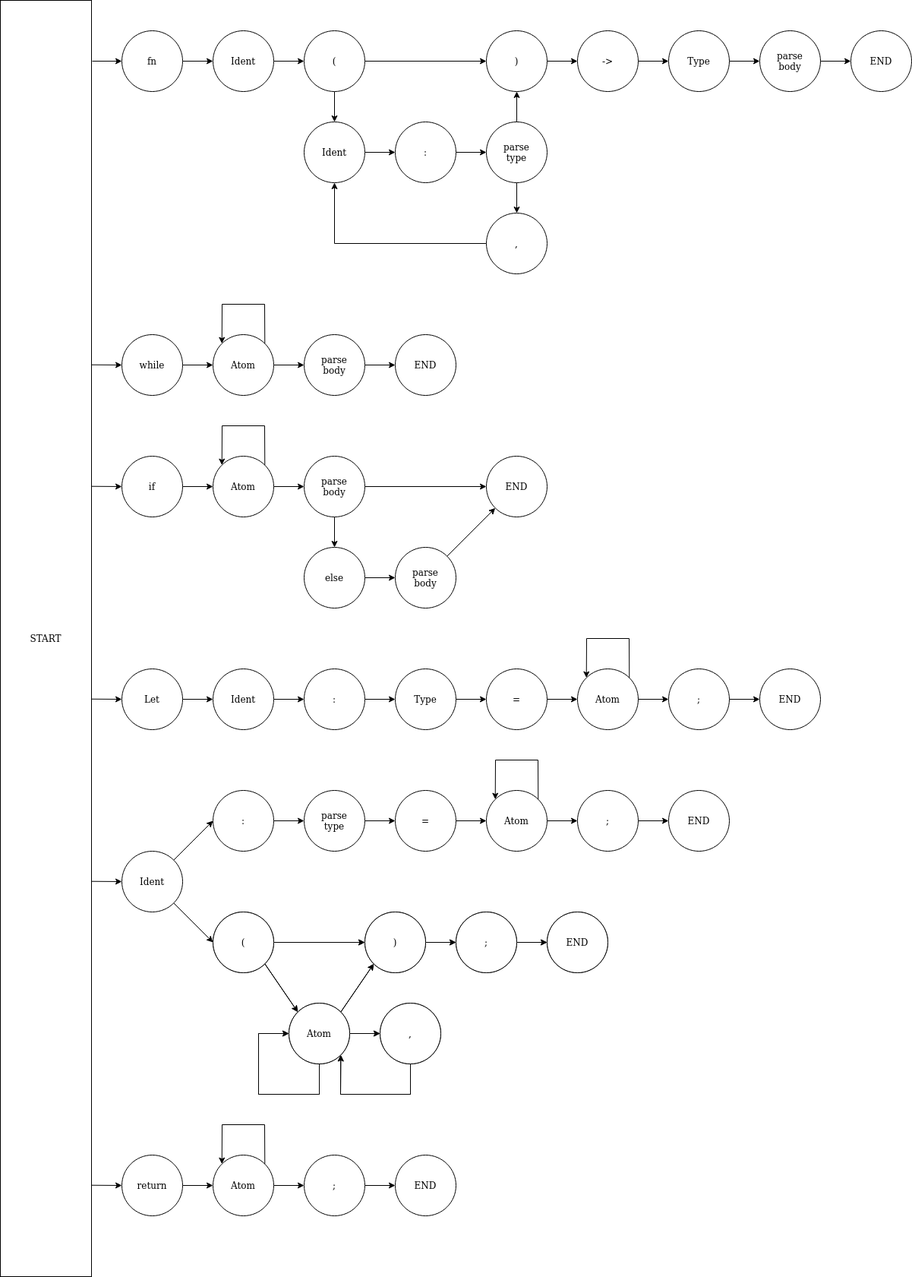
The draw.io diagram images/parser/rubigo_parser_fsm.png in Blinningjr/rubigo-lang, before a commit. Source tidied: cells renumbered, new cells last; positions are measured from the earlier drawing's top-left corner, leaving out a move shared by most shapes.
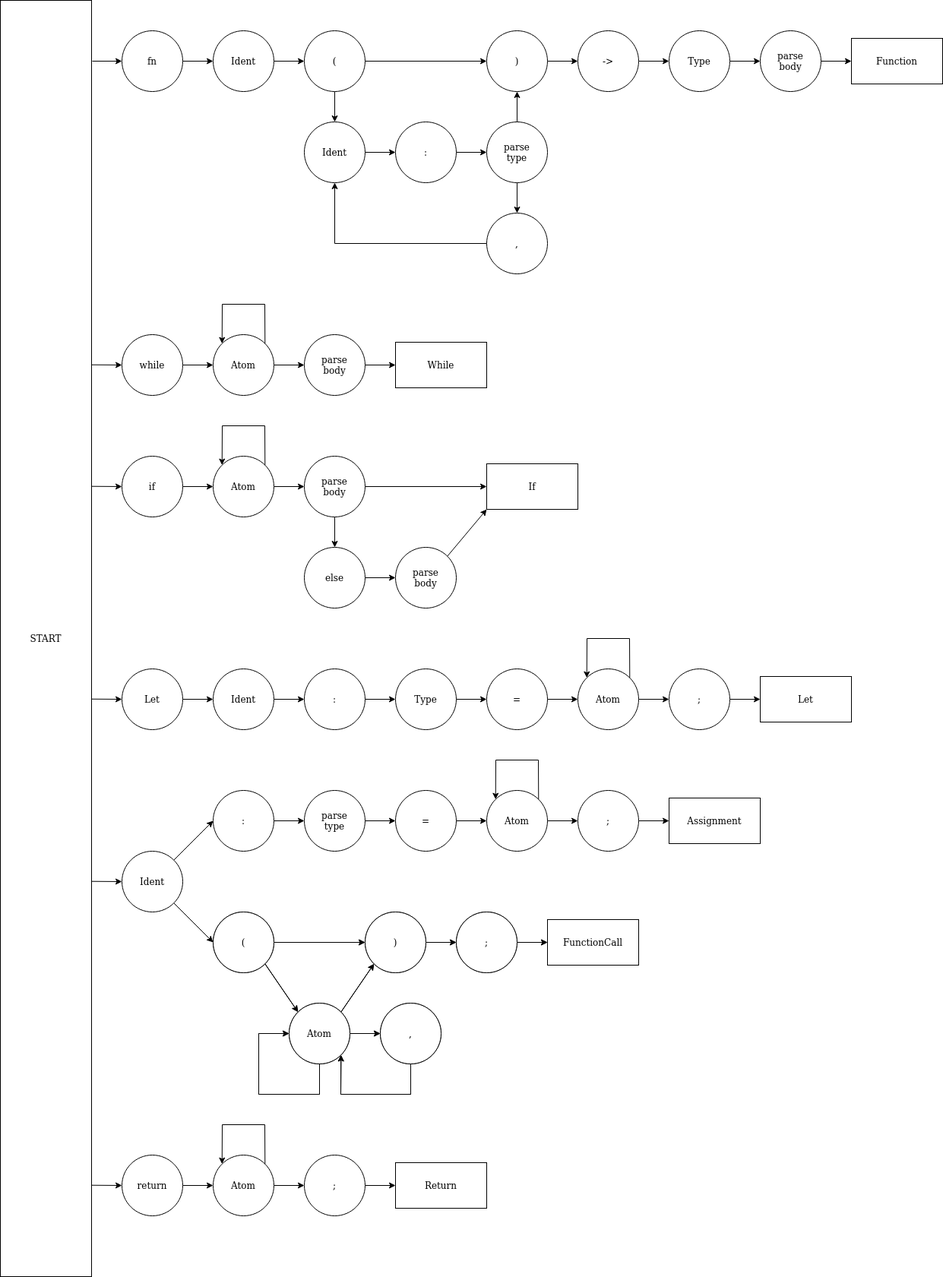
After the commit.

Change to the diagram source:
```diff
@@ -37,11 +37,10 @@
     <mxCell id="11" value=")" style="ellipse;whiteSpace=wrap;html=1;" parent="1" vertex="1">
       <mxGeometry x="480" y="1200" width="80" height="80" as="geometry" />
     </mxCell>
-    <mxCell id="12" value="END" style="ellipse;whiteSpace=wrap;html=1;" parent="1" vertex="1">
-      <mxGeometry x="720" y="1200" width="80" height="80" as="geometry" />
-    </mxCell>
-    <mxCell id="13" style="edgeStyle=orthogonalEdgeStyle;rounded=0;jettySize=auto;html=1;exitX=1;exitY=0.5;exitDx=0;exitDy=0;entryX=0;entryY=0.5;entryDx=0;entryDy=0;" parent="1" edge="1" source="14" target="12">
-      <mxGeometry relative="1" as="geometry" />
+    <mxCell id="13" style="edgeStyle=orthogonalEdgeStyle;rounded=0;jettySize=auto;html=1;exitX=1;exitY=0.5;exitDx=0;exitDy=0;entryX=0;entryY=0.5;entryDx=0;entryDy=0;" parent="1" edge="1" source="14">
+      <mxGeometry relative="1" as="geometry">
+        <mxPoint x="720" y="1240" as="targetPoint" />
+      </mxGeometry>
     </mxCell>
     <mxCell id="14" value=";" style="ellipse;whiteSpace=wrap;html=1;" parent="1" vertex="1">
       <mxGeometry x="600" y="1200" width="80" height="80" as="geometry" />
@@ -90,10 +89,7 @@
     <mxCell id="25" value=")" style="ellipse;whiteSpace=wrap;html=1;" parent="1" vertex="1">
       <mxGeometry x="480" y="1200" width="80" height="80" as="geometry" />
     </mxCell>
-    <mxCell id="26" value="END" style="ellipse;whiteSpace=wrap;html=1;" parent="1" vertex="1">
-      <mxGeometry x="720" y="1200" width="80" height="80" as="geometry" />
-    </mxCell>
-    <mxCell id="27" style="edgeStyle=orthogonalEdgeStyle;rounded=0;jettySize=auto;html=1;exitX=1;exitY=0.5;exitDx=0;exitDy=0;entryX=0;entryY=0.5;entryDx=0;entryDy=0;" parent="1" edge="1" source="28" target="26">
+    <mxCell id="27" style="edgeStyle=orthogonalEdgeStyle;rounded=0;jettySize=auto;html=1;exitX=1;exitY=0.5;exitDx=0;exitDy=0;" parent="1" edge="1" source="28" target="127">
       <mxGeometry relative="1" as="geometry" />
     </mxCell>
     <mxCell id="28" value=";" style="ellipse;whiteSpace=wrap;html=1;" parent="1" vertex="1">
@@ -174,15 +170,12 @@
     <mxCell id="51" value="Type" style="ellipse;whiteSpace=wrap;html=1;" parent="1" vertex="1">
       <mxGeometry x="880" y="40" width="80" height="80" as="geometry" />
     </mxCell>
-    <mxCell id="52" style="edgeStyle=orthogonalEdgeStyle;rounded=0;jettySize=auto;html=1;exitX=1;exitY=0.5;exitDx=0;exitDy=0;entryX=0;entryY=0.5;entryDx=0;entryDy=0;" parent="1" edge="1" source="53" target="54">
+    <mxCell id="52" style="edgeStyle=orthogonalEdgeStyle;rounded=0;jettySize=auto;html=1;exitX=1;exitY=0.5;exitDx=0;exitDy=0;" parent="1" edge="1" source="53" target="122">
       <mxGeometry relative="1" as="geometry" />
     </mxCell>
     <mxCell id="53" value="&lt;div&gt;parse&lt;/div&gt;&lt;div&gt;body&lt;br&gt;&lt;/div&gt;" style="ellipse;whiteSpace=wrap;html=1;" parent="1" vertex="1">
       <mxGeometry x="1000" y="40" width="80" height="80" as="geometry" />
     </mxCell>
-    <mxCell id="54" value="END" style="ellipse;whiteSpace=wrap;html=1;" parent="1" vertex="1">
-      <mxGeometry x="1120" y="40" width="80" height="80" as="geometry" />
-    </mxCell>
     <mxCell id="55" style="edgeStyle=orthogonalEdgeStyle;rounded=0;jettySize=auto;html=1;exitX=1;exitY=0.5;exitDx=0;exitDy=0;entryX=0;entryY=0.5;entryDx=0;entryDy=0;" parent="1" edge="1" source="56" target="58">
       <mxGeometry relative="1" as="geometry" />
     </mxCell>
@@ -195,7 +188,7 @@
     <mxCell id="58" value="Atom" style="ellipse;whiteSpace=wrap;html=1;" parent="1" vertex="1">
       <mxGeometry x="280" y="600" width="80" height="80" as="geometry" />
     </mxCell>
-    <mxCell id="59" style="edgeStyle=none;rounded=0;jettySize=auto;html=1;exitX=1;exitY=0.5;exitDx=0;exitDy=0;entryX=0;entryY=0.5;entryDx=0;entryDy=0;" parent="1" edge="1" source="61" target="66">
+    <mxCell id="59" style="edgeStyle=none;rounded=0;jettySize=auto;html=1;exitX=1;exitY=0.5;exitDx=0;exitDy=0;" parent="1" edge="1" source="61" target="124">
       <mxGeometry relative="1" as="geometry" />
     </mxCell>
     <mxCell id="60" style="edgeStyle=none;rounded=0;jettySize=auto;html=1;exitX=0.5;exitY=1;exitDx=0;exitDy=0;entryX=0.5;entryY=0;entryDx=0;entryDy=0;" parent="1" edge="1" source="61" target="63">
@@ -210,15 +203,12 @@
     <mxCell id="63" value="else" style="ellipse;whiteSpace=wrap;html=1;" parent="1" vertex="1">
       <mxGeometry x="400" y="720" width="80" height="80" as="geometry" />
     </mxCell>
-    <mxCell id="64" style="edgeStyle=none;rounded=0;jettySize=auto;html=1;exitX=1;exitY=0;exitDx=0;exitDy=0;entryX=0;entryY=1;entryDx=0;entryDy=0;" parent="1" edge="1" source="65" target="66">
+    <mxCell id="64" style="edgeStyle=none;rounded=0;jettySize=auto;html=1;exitX=1;exitY=0;exitDx=0;exitDy=0;entryX=0;entryY=1;entryDx=0;entryDy=0;" parent="1" edge="1" source="65" target="124">
       <mxGeometry relative="1" as="geometry" />
     </mxCell>
     <mxCell id="65" value="&lt;div&gt;parse&lt;/div&gt;&lt;div&gt;body&lt;br&gt;&lt;/div&gt;" style="ellipse;whiteSpace=wrap;html=1;" parent="1" vertex="1">
       <mxGeometry x="520" y="720" width="80" height="80" as="geometry" />
     </mxCell>
-    <mxCell id="66" value="END" style="ellipse;whiteSpace=wrap;html=1;" parent="1" vertex="1">
-      <mxGeometry x="640" y="600" width="80" height="80" as="geometry" />
-    </mxCell>
     <mxCell id="67" style="edgeStyle=none;rounded=0;orthogonalLoop=1;jettySize=auto;html=1;exitX=1;exitY=0;exitDx=0;exitDy=0;entryX=0;entryY=0;entryDx=0;entryDy=0;" parent="1" edge="1" source="58" target="58">
       <mxGeometry relative="1" as="geometry">
         <Array as="points">
@@ -263,15 +253,12 @@
     <mxCell id="79" value="Atom" style="ellipse;whiteSpace=wrap;html=1;" parent="1" vertex="1">
       <mxGeometry x="760" y="880" width="80" height="80" as="geometry" />
     </mxCell>
-    <mxCell id="80" style="edgeStyle=none;rounded=0;jettySize=auto;html=1;exitX=1;exitY=0.5;exitDx=0;exitDy=0;entryX=0;entryY=0.5;entryDx=0;entryDy=0;" parent="1" edge="1" source="81" target="82">
+    <mxCell id="80" style="edgeStyle=none;rounded=0;jettySize=auto;html=1;exitX=1;exitY=0.5;exitDx=0;exitDy=0;" parent="1" edge="1" source="81" target="125">
       <mxGeometry relative="1" as="geometry" />
     </mxCell>
     <mxCell id="81" value=";" style="ellipse;whiteSpace=wrap;html=1;" parent="1" vertex="1">
       <mxGeometry x="880" y="880" width="80" height="80" as="geometry" />
     </mxCell>
-    <mxCell id="82" value="END" style="ellipse;whiteSpace=wrap;html=1;" parent="1" vertex="1">
-      <mxGeometry x="1000" y="880" width="80" height="80" as="geometry" />
-    </mxCell>
     <mxCell id="83" style="edgeStyle=none;rounded=0;orthogonalLoop=1;jettySize=auto;html=1;exitX=1;exitY=0;exitDx=0;exitDy=0;entryX=0;entryY=0;entryDx=0;entryDy=0;" parent="1" edge="1" source="79" target="79">
       <mxGeometry relative="1" as="geometry">
         <Array as="points">
@@ -292,15 +279,12 @@
     <mxCell id="87" value="&lt;div&gt;Atom&lt;/div&gt;" style="ellipse;whiteSpace=wrap;html=1;" parent="1" vertex="1">
       <mxGeometry x="280" y="1520" width="80" height="80" as="geometry" />
     </mxCell>
-    <mxCell id="88" style="edgeStyle=orthogonalEdgeStyle;rounded=0;jettySize=auto;html=1;exitX=1;exitY=0.5;exitDx=0;exitDy=0;entryX=0;entryY=0.5;entryDx=0;entryDy=0;" parent="1" edge="1" source="89" target="90">
+    <mxCell id="88" style="edgeStyle=orthogonalEdgeStyle;rounded=0;jettySize=auto;html=1;exitX=1;exitY=0.5;exitDx=0;exitDy=0;" parent="1" edge="1" source="89" target="128">
       <mxGeometry relative="1" as="geometry" />
     </mxCell>
     <mxCell id="89" value=";" style="ellipse;whiteSpace=wrap;html=1;" parent="1" vertex="1">
       <mxGeometry x="400" y="1520" width="80" height="80" as="geometry" />
     </mxCell>
-    <mxCell id="90" value="&lt;div&gt;END&lt;/div&gt;" style="ellipse;whiteSpace=wrap;html=1;" parent="1" vertex="1">
-      <mxGeometry x="520" y="1520" width="80" height="80" as="geometry" />
-    </mxCell>
     <mxCell id="91" style="rounded=0;orthogonalLoop=1;jettySize=auto;html=1;exitX=1;exitY=0;exitDx=0;exitDy=0;entryX=0;entryY=0;entryDx=0;entryDy=0;" parent="1" edge="1" source="87" target="87">
       <mxGeometry relative="1" as="geometry">
         <Array as="points">
@@ -321,15 +305,12 @@
     <mxCell id="95" value="Atom" style="ellipse;whiteSpace=wrap;html=1;" parent="1" vertex="1">
       <mxGeometry x="280" y="440" width="80" height="80" as="geometry" />
     </mxCell>
-    <mxCell id="96" style="edgeStyle=orthogonalEdgeStyle;rounded=0;jettySize=auto;html=1;exitX=1;exitY=0.5;exitDx=0;exitDy=0;entryX=0;entryY=0.5;entryDx=0;entryDy=0;" parent="1" edge="1" source="97" target="98">
+    <mxCell id="96" style="edgeStyle=orthogonalEdgeStyle;rounded=0;jettySize=auto;html=1;exitX=1;exitY=0.5;exitDx=0;exitDy=0;" parent="1" edge="1" source="97" target="123">
       <mxGeometry relative="1" as="geometry" />
     </mxCell>
     <mxCell id="97" value="&lt;div&gt;parse&lt;/div&gt;&lt;div&gt;body&lt;br&gt;&lt;/div&gt;" style="ellipse;whiteSpace=wrap;html=1;" parent="1" vertex="1">
       <mxGeometry x="400" y="440" width="80" height="80" as="geometry" />
     </mxCell>
-    <mxCell id="98" value="END" style="ellipse;whiteSpace=wrap;html=1;" parent="1" vertex="1">
-      <mxGeometry x="520" y="440" width="80" height="80" as="geometry" />
-    </mxCell>
     <mxCell id="99" style="rounded=0;orthogonalLoop=1;jettySize=auto;html=1;exitX=1;exitY=0;exitDx=0;exitDy=0;entryX=0;entryY=0;entryDx=0;entryDy=0;" parent="1" edge="1" source="95" target="95">
       <mxGeometry relative="1" as="geometry">
         <Array as="points">
@@ -371,7 +352,7 @@
     <mxCell id="110" value="Atom" style="ellipse;whiteSpace=wrap;html=1;" parent="1" vertex="1">
       <mxGeometry x="640" y="1040" width="80" height="80" as="geometry" />
     </mxCell>
-    <mxCell id="111" style="edgeStyle=orthogonalEdgeStyle;rounded=0;jettySize=auto;html=1;exitX=1;exitY=0.5;exitDx=0;exitDy=0;entryX=0;entryY=0.5;entryDx=0;entryDy=0;" parent="1" edge="1" source="112" target="114">
+    <mxCell id="111" style="edgeStyle=orthogonalEdgeStyle;rounded=0;jettySize=auto;html=1;exitX=1;exitY=0.5;exitDx=0;exitDy=0;" parent="1" edge="1" source="112" target="126">
       <mxGeometry relative="1" as="geometry" />
     </mxCell>
     <mxCell id="112" value=";" style="ellipse;whiteSpace=wrap;html=1;" parent="1" vertex="1">
@@ -385,9 +366,6 @@
         </Array>
       </mxGeometry>
     </mxCell>
-    <mxCell id="114" value="END" style="ellipse;whiteSpace=wrap;html=1;" parent="1" vertex="1">
-      <mxGeometry x="880" y="1040" width="80" height="80" as="geometry" />
-    </mxCell>
     <mxCell id="115" value="START" style="rounded=0;whiteSpace=wrap;html=1;" parent="1" vertex="1">
       <mxGeometry width="120" height="1680" as="geometry" />
     </mxCell>
@@ -421,5 +399,26 @@
         <mxPoint x="120" y="1559.7" as="sourcePoint" />
       </mxGeometry>
     </mxCell>
+    <mxCell id="122" value="Function" style="rounded=0;whiteSpace=wrap;html=1;" parent="1" vertex="1">
+      <mxGeometry x="1120" y="50" width="120" height="60" as="geometry" />
+    </mxCell>
+    <mxCell id="123" value="While" style="rounded=0;whiteSpace=wrap;html=1;" parent="1" vertex="1">
+      <mxGeometry x="520" y="450" width="120" height="60" as="geometry" />
+    </mxCell>
+    <mxCell id="124" value="If" style="rounded=0;whiteSpace=wrap;html=1;" parent="1" vertex="1">
+      <mxGeometry x="640" y="610" width="120" height="60" as="geometry" />
+    </mxCell>
+    <mxCell id="125" value="Let" style="rounded=0;whiteSpace=wrap;html=1;" parent="1" vertex="1">
+      <mxGeometry x="1000" y="890" width="120" height="60" as="geometry" />
+    </mxCell>
+    <mxCell id="126" value="Assignment" style="rounded=0;whiteSpace=wrap;html=1;" parent="1" vertex="1">
+      <mxGeometry x="880" y="1050" width="120" height="60" as="geometry" />
+    </mxCell>
+    <mxCell id="127" value="FunctionCall" style="rounded=0;whiteSpace=wrap;html=1;" parent="1" vertex="1">
+      <mxGeometry x="720" y="1210" width="120" height="60" as="geometry" />
+    </mxCell>
+    <mxCell id="128" value="Return" style="rounded=0;whiteSpace=wrap;html=1;" parent="1" vertex="1">
+      <mxGeometry x="520" y="1530" width="120" height="60" as="geometry" />
+    </mxCell>
   </root>
 </mxGraphModel>
```
